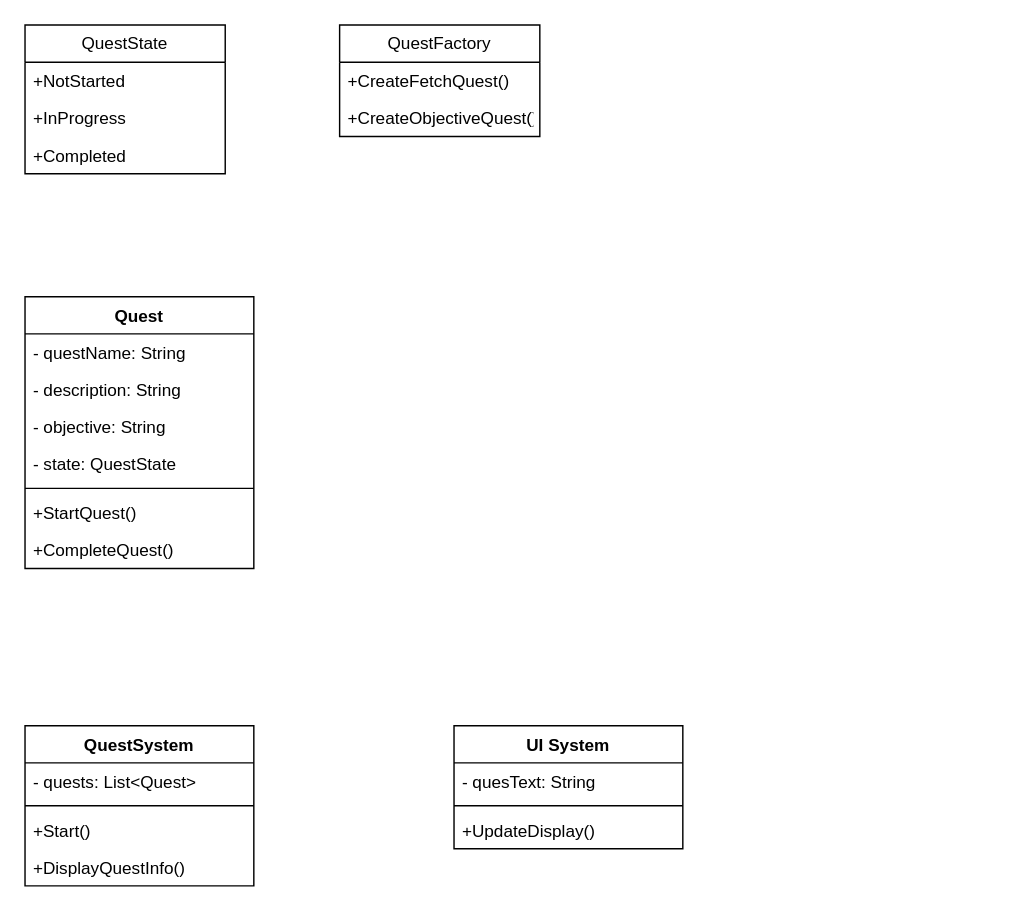
The draw.io diagram Assets/Quest System Class Diagram.drawio in murten113/design-patterns-opdr, before the edit. Source tidied: cells renumbered, new cells numbered last; positions are measured from the earlier drawing's top-left corner, leaving out a move shared by most shapes. Both pictures are drawn from the tidied source at 143%, with x=0, y=0 at pixel (24, 24).
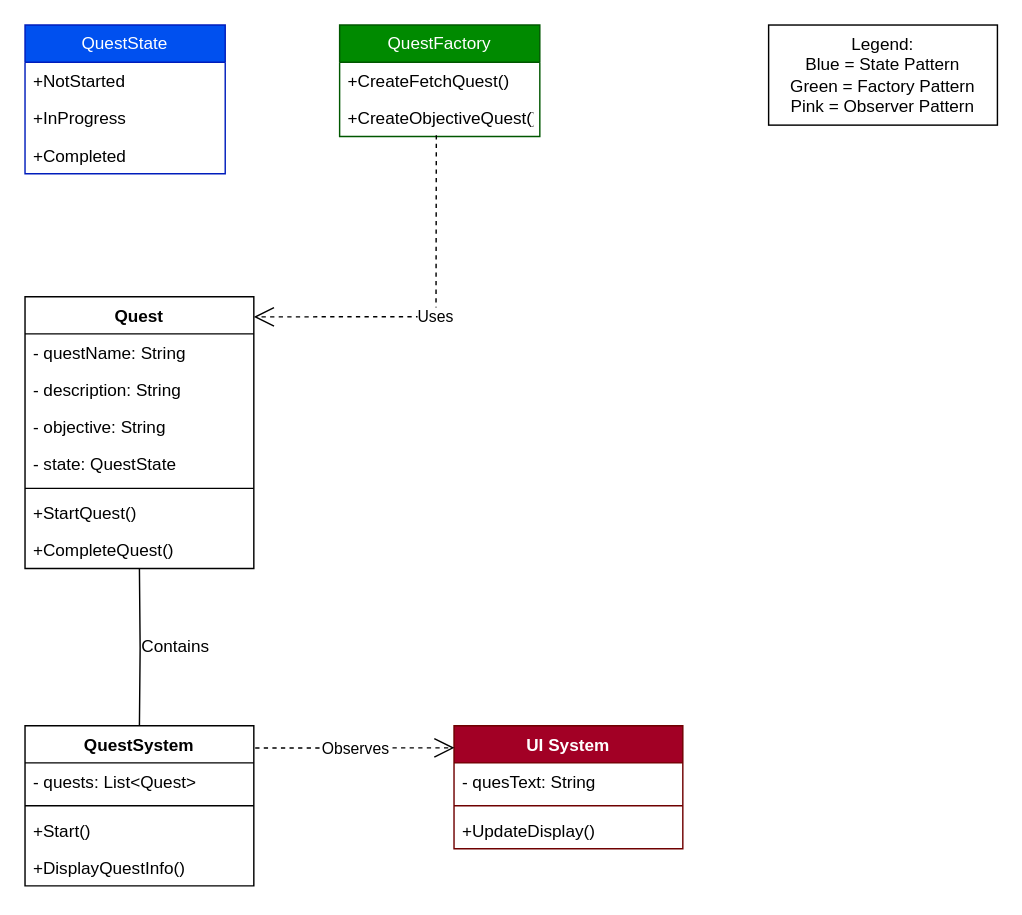
The same diagram, later.

The change refers to these unchanged cells:
```xml
<mxCell id="8" value="+CreateObjectiveQuest()" style="text;strokeColor=none;fillColor=none;align=left;verticalAlign=top;spacingLeft=4;spacingRight=4;overflow=hidden;points=[[0,0.5],[1,0.5]];portConstraint=eastwest;whiteSpace=wrap;html=1;" parent="6" vertex="1">
  <mxGeometry y="52" width="140" height="26" as="geometry" />
</mxCell>
<mxCell id="17" value="QuestSystem" style="swimlane;fontStyle=1;align=center;verticalAlign=top;horizontal=1;startSize=26;whiteSpace=wrap;html=1;" parent="1" vertex="1">
  <mxGeometry y="490" width="160" height="112" as="geometry" />
</mxCell>
```

Change to the diagram source:
```diff
@@
-    <mxCell id="2" value="QuestState" style="swimlane;fontStyle=0;horizontal=1;startSize=26;fillColor=none;whiteSpace=wrap;html=1;" parent="1" vertex="1">
+    <mxCell id="2" value="QuestState" style="swimlane;fontStyle=0;horizontal=1;startSize=26;fillColor=#0050ef;whiteSpace=wrap;html=1;fontColor=#ffffff;strokeColor=#001DBC;" parent="1" vertex="1">
       <mxGeometry width="140" height="104" as="geometry" />
     </mxCell>
@@
-    <mxCell id="6" value="QuestFactory" style="swimlane;fontStyle=0;horizontal=1;startSize=26;fillColor=none;whiteSpace=wrap;html=1;" parent="1" vertex="1">
+    <mxCell id="6" value="QuestFactory" style="swimlane;fontStyle=0;horizontal=1;startSize=26;fillColor=#008a00;whiteSpace=wrap;html=1;fontColor=#ffffff;strokeColor=#005700;" parent="1" vertex="1">
       <mxGeometry x="220" width="140" height="78" as="geometry" />
     </mxCell>
@@
-    <mxCell id="22" value="UI System" style="swimlane;fontStyle=1;align=center;verticalAlign=top;horizontal=1;startSize=26;whiteSpace=wrap;html=1;" parent="1" vertex="1">
+    <mxCell id="22" value="UI System" style="swimlane;fontStyle=1;align=center;verticalAlign=top;horizontal=1;startSize=26;whiteSpace=wrap;html=1;fillColor=#a20025;fontColor=#ffffff;strokeColor=#6F0000;" parent="1" vertex="1">
       <mxGeometry x="300" y="490" width="160" height="86" as="geometry" />
     </mxCell>
@@
+    <mxCell id="26" value="Legend:&lt;br&gt;Blue = State Pattern&lt;div&gt;Green = Factory Pattern&lt;/div&gt;&lt;div&gt;Pink = Observer Pattern&lt;/div&gt;" style="html=1;whiteSpace=wrap;" parent="1" vertex="1">
+      <mxGeometry x="520" width="160" height="70" as="geometry" />
+    </mxCell>
+    <mxCell id="27" value="Uses" style="endArrow=open;endSize=12;dashed=1;html=1;rounded=0;exitX=0.483;exitY=0.962;exitDx=0;exitDy=0;exitPerimeter=0;entryX=1.016;entryY=0.074;entryDx=0;entryDy=0;entryPerimeter=0;" parent="1" edge="1" source="8">
+      <mxGeometry relative="1" as="geometry">
+        <mxPoint x="160" y="204.1" as="targetPoint" />
+        <Array as="points">
+          <mxPoint x="287.4" y="204" />
+        </Array>
+      </mxGeometry>
+    </mxCell>
+    <mxCell id="28" style="endArrow=none;html=1;edgeStyle=orthogonalEdgeStyle;rounded=0;entryX=0.5;entryY=0;entryDx=0;entryDy=0;" parent="1" edge="1" target="17">
+      <mxGeometry relative="1" as="geometry">
+        <mxPoint x="80" y="380" as="sourcePoint" />
+      </mxGeometry>
+    </mxCell>
+    <mxCell id="29" value="Contains" style="text;html=1;align=center;verticalAlign=middle;strokeColor=none;fillColor=none;" parent="1" vertex="1">
+      <mxGeometry x="70" y="420" width="70" height="30" as="geometry" />
+    </mxCell>
+    <mxCell id="30" value="Observes" style="endArrow=open;endSize=12;dashed=1;html=1;rounded=0;exitX=1.006;exitY=0.139;exitDx=0;exitDy=0;exitPerimeter=0;entryX=0.002;entryY=0.18;entryDx=0;entryDy=0;entryPerimeter=0;" parent="1" edge="1" source="17" target="22">
+      <mxGeometry relative="1" as="geometry" />
+    </mxCell>
```
